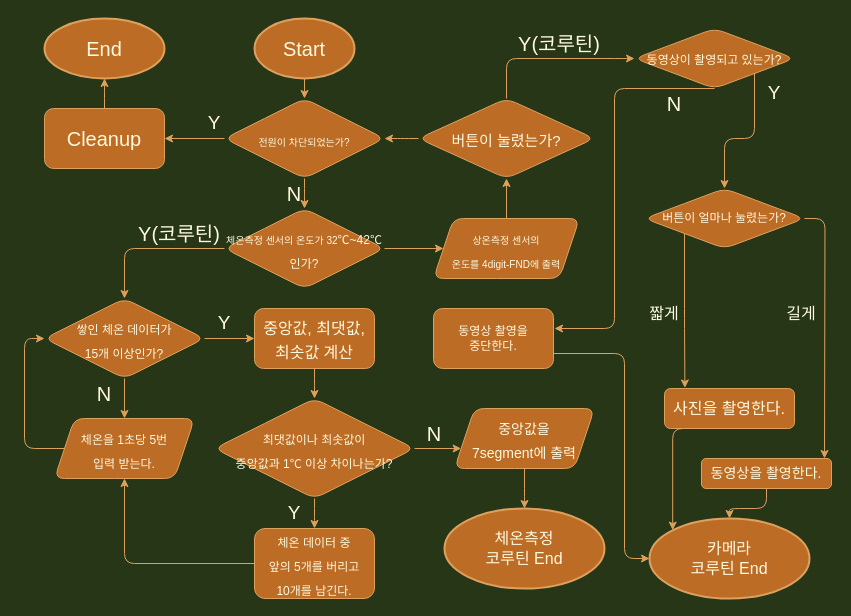
mathjuny/mathjuny keeps this draw.io diagram as Untitled Diagram.drawio. Above is the earlier version. Source tidied: cells renumbered, new cells numbered last; positions are measured from the earlier drawing's top-left corner, leaving out a move shared by most shapes. Both pictures are drawn from the tidied source at 100%, with x=0, y=0 at pixel (24, 18).
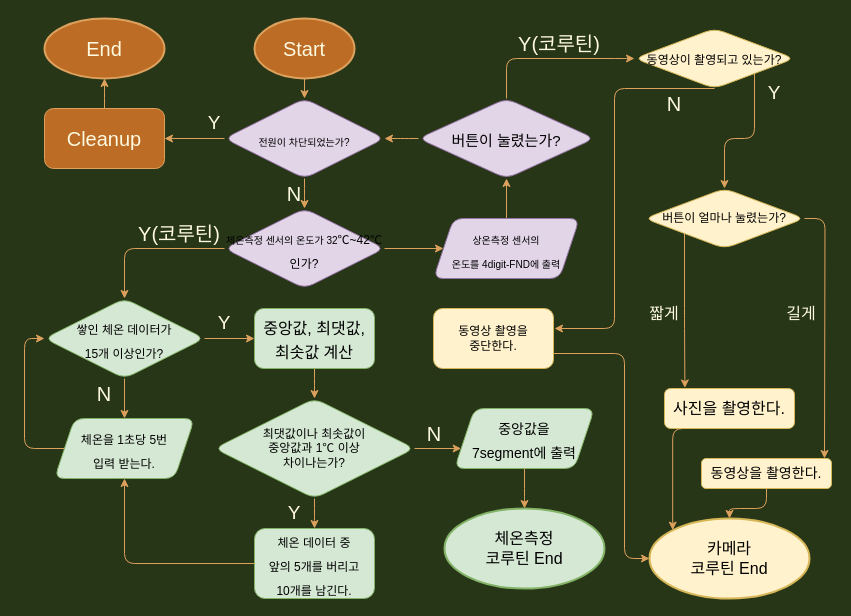
Above is the later version.

Change to the diagram source:
```diff
@@
-    <mxCell id="6" value="&lt;font size=&quot;1&quot;&gt;전원이 차단되었는가?&lt;/font&gt;" style="rhombus;whiteSpace=wrap;html=1;fontSize=20;rounded=1;fillColor=#BC6C25;strokeColor=#DDA15E;fontColor=#FEFAE0;" parent="1" vertex="1">
+    <mxCell id="6" value="&lt;font size=&quot;1&quot;&gt;전원이 차단되었는가?&lt;/font&gt;" style="rhombus;whiteSpace=wrap;html=1;fontSize=20;rounded=1;fillColor=#e1d5e7;strokeColor=#9673a6;" parent="1" vertex="1">
       <mxGeometry x="200" y="80" width="160" height="80" as="geometry" />
     </mxCell>
@@
-    <mxCell id="13" value="&lt;font size=&quot;1&quot;&gt;체온측정 센서의 온도가 32&lt;/font&gt;&lt;span style=&quot;font-size: 12px&quot;&gt;℃~42&lt;/span&gt;&lt;span style=&quot;font-size: 12px&quot;&gt;℃인가?&lt;/span&gt;" style="rhombus;whiteSpace=wrap;html=1;fontSize=20;rounded=1;fillColor=#BC6C25;strokeColor=#DDA15E;fontColor=#FEFAE0;" parent="1" vertex="1">
+    <mxCell id="13" value="&lt;font size=&quot;1&quot;&gt;체온측정 센서의 온도가 32&lt;/font&gt;&lt;span style=&quot;font-size: 12px&quot;&gt;℃~42&lt;/span&gt;&lt;span style=&quot;font-size: 12px&quot;&gt;℃인가?&lt;/span&gt;" style="rhombus;whiteSpace=wrap;html=1;fontSize=20;rounded=1;fillColor=#e1d5e7;strokeColor=#9673a6;" parent="1" vertex="1">
       <mxGeometry x="200" y="190" width="160" height="80" as="geometry" />
     </mxCell>
@@
-    <mxCell id="16" value="&lt;font style=&quot;font-size: 10px&quot;&gt;상온측정 센서의&lt;br&gt;온도를 4digit-FND에 출력&lt;br&gt;&lt;/font&gt;" style="shape=parallelogram;perimeter=parallelogramPerimeter;whiteSpace=wrap;html=1;fixedSize=1;fontSize=20;rounded=1;fillColor=#BC6C25;strokeColor=#DDA15E;fontColor=#FEFAE0;" parent="1" vertex="1">
+    <mxCell id="16" value="&lt;font style=&quot;font-size: 10px&quot;&gt;상온측정 센서의&lt;br&gt;온도를 4digit-FND에 출력&lt;br&gt;&lt;/font&gt;" style="shape=parallelogram;perimeter=parallelogramPerimeter;whiteSpace=wrap;html=1;fixedSize=1;fontSize=20;rounded=1;fillColor=#e1d5e7;strokeColor=#9673a6;" parent="1" vertex="1">
       <mxGeometry x="409" y="200" width="146" height="60" as="geometry" />
     </mxCell>
@@
-    <mxCell id="20" value="&lt;span style=&quot;font-size: 12px&quot;&gt;쌓인 체온 데이터가&lt;br&gt;15개 이상인가?&lt;/span&gt;" style="rhombus;whiteSpace=wrap;html=1;fontSize=20;rounded=1;fillColor=#BC6C25;strokeColor=#DDA15E;fontColor=#FEFAE0;" parent="1" vertex="1">
+    <mxCell id="20" value="&lt;span style=&quot;font-size: 12px&quot;&gt;쌓인 체온 데이터가&lt;br&gt;15개 이상인가?&lt;/span&gt;" style="rhombus;whiteSpace=wrap;html=1;fontSize=20;rounded=1;fillColor=#d5e8d4;strokeColor=#82b366;" parent="1" vertex="1">
       <mxGeometry x="20" y="280" width="160" height="80" as="geometry" />
     </mxCell>
@@
-    <mxCell id="22" value="&lt;font style=&quot;font-size: 16px&quot;&gt;중앙값, 최댓값, 최솟값 계산&lt;/font&gt;" style="whiteSpace=wrap;html=1;fontSize=20;rounded=1;fillColor=#BC6C25;strokeColor=#DDA15E;fontColor=#FEFAE0;" parent="1" vertex="1">
+    <mxCell id="22" value="&lt;font style=&quot;font-size: 16px&quot;&gt;중앙값, 최댓값, 최솟값 계산&lt;/font&gt;" style="whiteSpace=wrap;html=1;fontSize=20;rounded=1;fillColor=#d5e8d4;strokeColor=#82b366;" parent="1" vertex="1">
       <mxGeometry x="230" y="290" width="120" height="60" as="geometry" />
     </mxCell>
@@
-    <mxCell id="26" value="&lt;font style=&quot;font-size: 12px&quot;&gt;최댓값이나 최솟값이&lt;br&gt;중앙값과 1℃ 이상 차이나는가?&lt;/font&gt;&lt;span style=&quot;font-size: 12px&quot;&gt;&lt;br&gt;&lt;/span&gt;" style="rhombus;whiteSpace=wrap;html=1;fontSize=20;rounded=1;fillColor=#BC6C25;strokeColor=#DDA15E;fontColor=#FEFAE0;" parent="1" vertex="1">
+    <mxCell id="26" value="최댓값이나 최솟값이&lt;br style=&quot;font-size: 12px&quot;&gt;중앙값과 1℃ 이상 &lt;br&gt;차이나는가?" style="rhombus;fontSize=12;rounded=1;fillColor=#d5e8d4;strokeColor=#82b366;verticalAlign=middle;horizontal=1;fontStyle=0;whiteSpace=wrap;html=1;" parent="1" vertex="1">
       <mxGeometry x="190" y="380" width="200" height="100" as="geometry" />
     </mxCell>
@@
-    <mxCell id="28" value="&lt;font style=&quot;font-size: 14px&quot;&gt;중앙값을&lt;br&gt;7segment에 출력&lt;/font&gt;" style="shape=parallelogram;perimeter=parallelogramPerimeter;whiteSpace=wrap;html=1;fixedSize=1;fontSize=20;rounded=1;fillColor=#BC6C25;strokeColor=#DDA15E;fontColor=#FEFAE0;" parent="1" vertex="1">
+    <mxCell id="28" value="&lt;font style=&quot;font-size: 14px&quot;&gt;중앙값을&lt;br&gt;7segment에 출력&lt;/font&gt;" style="shape=parallelogram;perimeter=parallelogramPerimeter;whiteSpace=wrap;html=1;fixedSize=1;fontSize=20;rounded=1;fillColor=#d5e8d4;strokeColor=#82b366;" parent="1" vertex="1">
       <mxGeometry x="430" y="390" width="140" height="60" as="geometry" />
     </mxCell>
@@
-    <mxCell id="30" value="&lt;font style=&quot;font-size: 16px&quot;&gt;체온측정&lt;br&gt;코루틴 End&lt;/font&gt;" style="strokeWidth=2;html=1;shape=mxgraph.flowchart.start_1;whiteSpace=wrap;rounded=1;fillColor=#BC6C25;strokeColor=#DDA15E;fontColor=#FEFAE0;" parent="1" vertex="1">
+    <mxCell id="30" value="&lt;font style=&quot;font-size: 16px&quot;&gt;체온측정&lt;br&gt;코루틴 End&lt;/font&gt;" style="strokeWidth=2;html=1;shape=mxgraph.flowchart.start_1;whiteSpace=wrap;rounded=1;fillColor=#d5e8d4;strokeColor=#82b366;" parent="1" vertex="1">
       <mxGeometry x="420" y="490" width="160" height="80" as="geometry" />
     </mxCell>
@@
-    <mxCell id="32" value="&lt;font style=&quot;font-size: 12px&quot;&gt;체온을 1초당 5번&lt;br&gt;입력 받는다.&lt;/font&gt;" style="shape=parallelogram;perimeter=parallelogramPerimeter;whiteSpace=wrap;html=1;fixedSize=1;fontSize=20;rounded=1;fillColor=#BC6C25;strokeColor=#DDA15E;fontColor=#FEFAE0;" parent="1" vertex="1">
+    <mxCell id="32" value="&lt;font style=&quot;font-size: 12px&quot;&gt;체온을 1초당 5번&lt;br&gt;입력 받는다.&lt;/font&gt;" style="shape=parallelogram;perimeter=parallelogramPerimeter;whiteSpace=wrap;html=1;fixedSize=1;fontSize=20;rounded=1;fillColor=#d5e8d4;strokeColor=#82b366;" parent="1" vertex="1">
       <mxGeometry x="30" y="400" width="140" height="60" as="geometry" />
     </mxCell>
@@
-    <mxCell id="35" value="&lt;font style=&quot;font-size: 12px&quot;&gt;체온 데이터 중&lt;br&gt;앞의 5개를 버리고&lt;br&gt;10개를 남긴다.&lt;br&gt;&lt;/font&gt;" style="whiteSpace=wrap;html=1;fontSize=20;rounded=1;fillColor=#BC6C25;strokeColor=#DDA15E;fontColor=#FEFAE0;" parent="1" vertex="1">
+    <mxCell id="35" value="&lt;font style=&quot;font-size: 12px&quot;&gt;체온 데이터 중&lt;br&gt;앞의 5개를 버리고&lt;br&gt;10개를 남긴다.&lt;br&gt;&lt;/font&gt;" style="whiteSpace=wrap;html=1;fontSize=20;rounded=1;fillColor=#d5e8d4;strokeColor=#82b366;" parent="1" vertex="1">
       <mxGeometry x="230" y="510" width="120" height="70" as="geometry" />
     </mxCell>
@@
-    <mxCell id="39" value="&lt;div&gt;&lt;font style=&quot;font-size: 15px&quot;&gt;버튼이 눌렸는가?&lt;/font&gt;&lt;/div&gt;" style="rhombus;whiteSpace=wrap;html=1;fontSize=20;align=center;rounded=1;fillColor=#BC6C25;strokeColor=#DDA15E;fontColor=#FEFAE0;" parent="1" vertex="1">
+    <mxCell id="39" value="&lt;div&gt;&lt;font style=&quot;font-size: 15px&quot;&gt;버튼이 눌렸는가?&lt;/font&gt;&lt;/div&gt;" style="rhombus;whiteSpace=wrap;html=1;fontSize=20;align=center;rounded=1;fillColor=#e1d5e7;strokeColor=#9673a6;" parent="1" vertex="1">
       <mxGeometry x="394" y="80" width="176" height="80" as="geometry" />
     </mxCell>
@@
-    <mxCell id="43" value="&lt;font style=&quot;font-size: 12px&quot;&gt;동영상이 촬영되고 있는가?&lt;/font&gt;" style="rhombus;whiteSpace=wrap;html=1;labelBackgroundColor=none;fontSize=15;fontColor=#FEFAE0;align=center;rounded=1;fillColor=#BC6C25;strokeColor=#DDA15E;" parent="1" vertex="1">
+    <mxCell id="43" value="&lt;font style=&quot;font-size: 12px&quot;&gt;동영상이 촬영되고 있는가?&lt;/font&gt;" style="rhombus;whiteSpace=wrap;html=1;labelBackgroundColor=none;fontSize=15;align=center;rounded=1;fillColor=#fff2cc;strokeColor=#d6b656;" parent="1" vertex="1">
       <mxGeometry x="610" y="10" width="160" height="60" as="geometry" />
     </mxCell>
@@
-    <mxCell id="45" value="동영상 촬영을&lt;br&gt;중단한다." style="whiteSpace=wrap;html=1;labelBackgroundColor=none;fontSize=12;fontColor=#FEFAE0;align=center;rounded=1;fillColor=#BC6C25;strokeColor=#DDA15E;" parent="1" vertex="1">
+    <mxCell id="45" value="동영상 촬영을&lt;br&gt;중단한다." style="whiteSpace=wrap;html=1;labelBackgroundColor=none;fontSize=12;align=center;rounded=1;fillColor=#fff2cc;strokeColor=#d6b656;" parent="1" vertex="1">
       <mxGeometry x="409" y="290" width="120" height="60" as="geometry" />
     </mxCell>
@@
-    <mxCell id="50" value="버튼이 얼마나 눌렸는가?" style="rhombus;whiteSpace=wrap;html=1;labelBackgroundColor=none;fontSize=12;fontColor=#FEFAE0;align=center;rounded=1;fillColor=#BC6C25;strokeColor=#DDA15E;" parent="1" vertex="1">
+    <mxCell id="50" value="버튼이 얼마나 눌렸는가?" style="rhombus;whiteSpace=wrap;html=1;labelBackgroundColor=none;fontSize=12;align=center;rounded=1;fillColor=#fff2cc;strokeColor=#d6b656;" parent="1" vertex="1">
       <mxGeometry x="620" y="170" width="160" height="60" as="geometry" />
     </mxCell>
@@
-    <mxCell id="52" value="&lt;font style=&quot;font-size: 16px&quot;&gt;사진을 촬영한다.&lt;/font&gt;" style="whiteSpace=wrap;html=1;labelBackgroundColor=none;fontSize=12;fontColor=#FEFAE0;align=center;rounded=1;fillColor=#BC6C25;strokeColor=#DDA15E;" parent="1" vertex="1">
+    <mxCell id="52" value="&lt;font style=&quot;font-size: 16px&quot;&gt;사진을 촬영한다.&lt;/font&gt;" style="whiteSpace=wrap;html=1;labelBackgroundColor=none;fontSize=12;align=center;rounded=1;fillColor=#fff2cc;strokeColor=#d6b656;" parent="1" vertex="1">
       <mxGeometry x="640" y="370" width="130" height="40" as="geometry" />
     </mxCell>
@@
-    <mxCell id="56" value="&lt;font style=&quot;font-size: 14px&quot;&gt;동영상을 촬영한다.&lt;/font&gt;" style="whiteSpace=wrap;html=1;labelBackgroundColor=none;fontSize=12;fontColor=#FEFAE0;align=center;rounded=1;fillColor=#BC6C25;strokeColor=#DDA15E;" parent="1" vertex="1">
+    <mxCell id="56" value="&lt;font style=&quot;font-size: 14px&quot;&gt;동영상을 촬영한다.&lt;/font&gt;" style="whiteSpace=wrap;html=1;labelBackgroundColor=none;fontSize=12;align=center;rounded=1;fillColor=#fff2cc;strokeColor=#d6b656;" parent="1" vertex="1">
       <mxGeometry x="677" y="440" width="130" height="30" as="geometry" />
     </mxCell>
-    <mxCell id="57" value="&lt;font style=&quot;font-size: 16px&quot;&gt;카메라&lt;br&gt;코루틴 End&lt;/font&gt;" style="strokeWidth=2;html=1;shape=mxgraph.flowchart.start_1;whiteSpace=wrap;rounded=1;fillColor=#BC6C25;strokeColor=#DDA15E;fontColor=#FEFAE0;" parent="1" vertex="1">
+    <mxCell id="57" value="&lt;font style=&quot;font-size: 16px&quot;&gt;카메라&lt;br&gt;코루틴 End&lt;/font&gt;" style="strokeWidth=2;html=1;shape=mxgraph.flowchart.start_1;whiteSpace=wrap;rounded=1;fillColor=#fff2cc;strokeColor=#d6b656;" parent="1" vertex="1">
       <mxGeometry x="625" y="500" width="160" height="80" as="geometry" />
     </mxCell>
```
